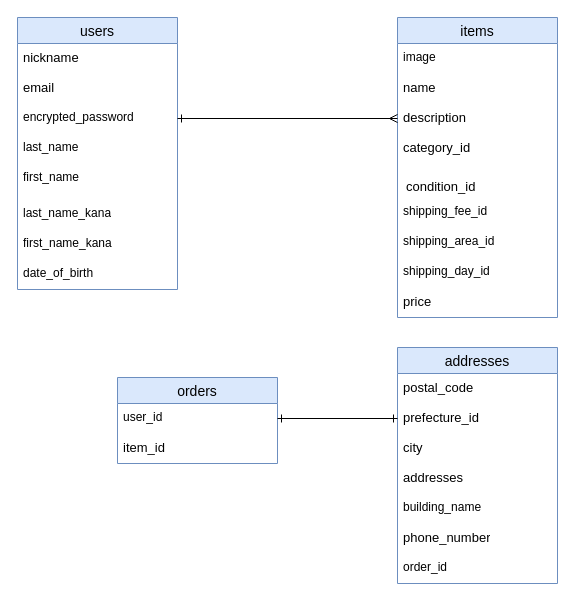
Earlier version of the draw.io diagram furima_er.dio (Ao22334444/furima-45216). Source tidied: cells renumbered, new cells numbered last; positions are measured from the earlier drawing's top-left corner, leaving out a move shared by most shapes. Both pictures are drawn from the tidied source at 100%, with x=0, y=0 at pixel (17, 17).
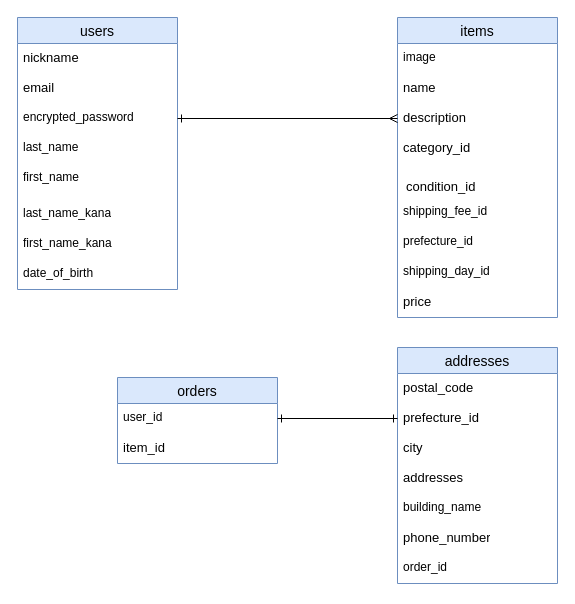
Above is the later version.

Unchanged cells that the change refers to:
```xml
<mxCell id="12" value="items" style="swimlane;fontStyle=0;horizontal=1;startSize=26;align=center;fontSize=14;fillColor=#dae8fc;strokeColor=#6c8ebf;" parent="1" vertex="1">
  <mxGeometry x="380" width="160" height="300" as="geometry" />
</mxCell>
```

The edit, as a diff of the source:
```diff
@@
-    <mxCell id="19" value="shipping_area_id" style="text;strokeColor=none;fillColor=none;spacingLeft=4;spacingRight=4;overflow=hidden;fontSize=12;whiteSpace=wrap;html=1;" parent="12" vertex="1">
+    <mxCell id="19" value="prefecture_id" style="text;strokeColor=none;fillColor=none;spacingLeft=4;spacingRight=4;overflow=hidden;fontSize=12;whiteSpace=wrap;html=1;" parent="12" vertex="1">
       <mxGeometry y="210" width="160" height="30" as="geometry" />
     </mxCell>
```
